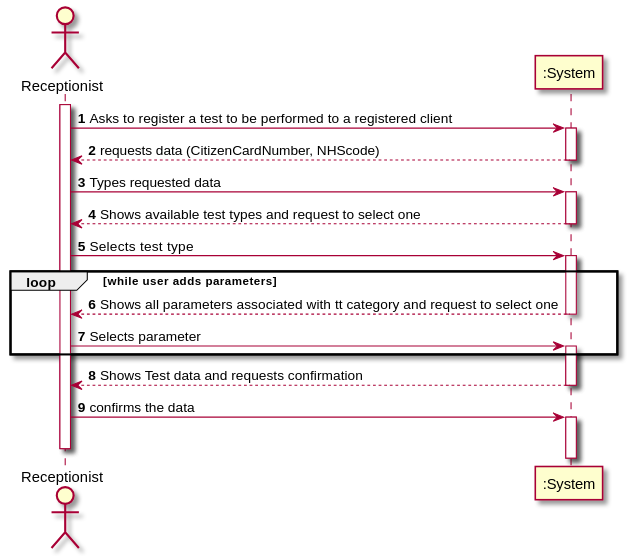
Above: docs/SprintC/US_4/US4_SSD.svg in ana-albergaria/LAPR2-ISEP (PlantUML), before the change. The source it was exported from:
```plantuml
@startuml

autonumber
actor "Receptionist" as MLT

activate MLT
MLT -> ":System" : Asks to register a test to be performed to a registered client
activate ":System"
":System" --> MLT :requests data (CitizenCardNumber, NHScode)
deactivate ":System"

MLT -> ":System" : Types requested data
activate ":System"
":System" --> MLT : Shows available test types and request to select one
deactivate ":System"

MLT -> ":System" : Selects test type
activate ":System"
loop while user adds parameters
":System" --> MLT : Shows all parameters associated with tt category and request to select one
deactivate ":System"
MLT -> ":System" : Selects parameter
activate ":System"
end
":System" --> MLT : Shows Test data and requests confirmation
deactivate ":System"
MLT -> ":System" : confirms the data
activate ":System"

deactivate MLT

@enduml
```
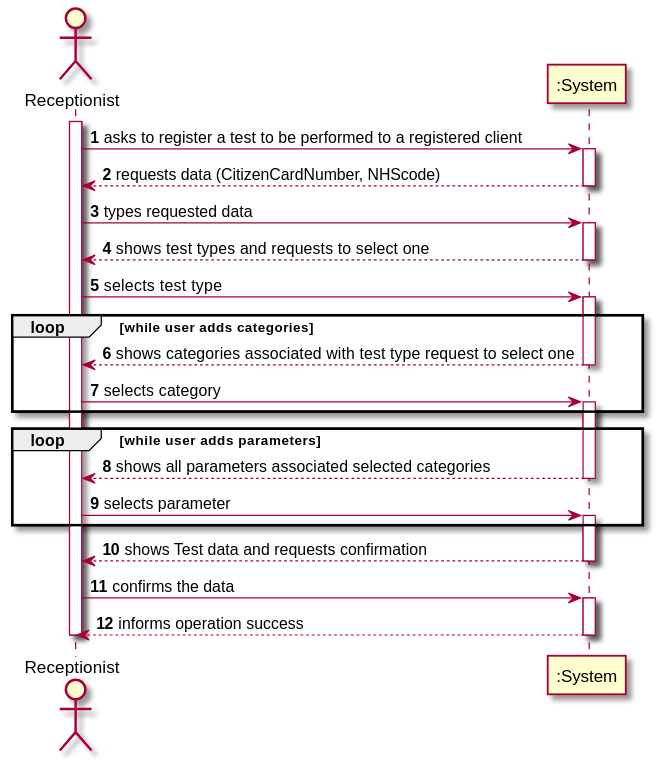
After the commit.

The edit, as a diff of the source:
```diff
@@ -4,29 +4,37 @@
 actor "Receptionist" as MLT
 
 activate MLT
-MLT -> ":System" : Asks to register a test to be performed to a registered client
+MLT -> ":System" : asks to register a test to be performed to a registered client
 activate ":System"
 ":System" --> MLT :requests data (CitizenCardNumber, NHScode)
 deactivate ":System"
 
-MLT -> ":System" : Types requested data
+MLT -> ":System" : types requested data
 activate ":System"
-":System" --> MLT : Shows available test types and request to select one
+":System" --> MLT : shows test types and requests to select one
 deactivate ":System"
+MLT -> ":System" : selects test type
 
-MLT -> ":System" : Selects test type
 activate ":System"
-loop while user adds parameters
-":System" --> MLT : Shows all parameters associated with tt category and request to select one
+loop while user adds categories
+":System" --> MLT : shows categories associated with test type request to select one
 deactivate ":System"
-MLT -> ":System" : Selects parameter
+MLT -> ":System" : selects category
 activate ":System"
 end
-":System" --> MLT : Shows Test data and requests confirmation
+
+loop while user adds parameters
+":System" --> MLT : shows all parameters associated selected categories
+deactivate ":System"
+MLT -> ":System" : selects parameter
+activate ":System"
+end
+":System" --> MLT : shows Test data and requests confirmation
 deactivate ":System"
 MLT -> ":System" : confirms the data
 activate ":System"
-
+":System" --> MLT : informs operation success
+deactivate ":System"
 deactivate MLT
 
 @enduml
```
